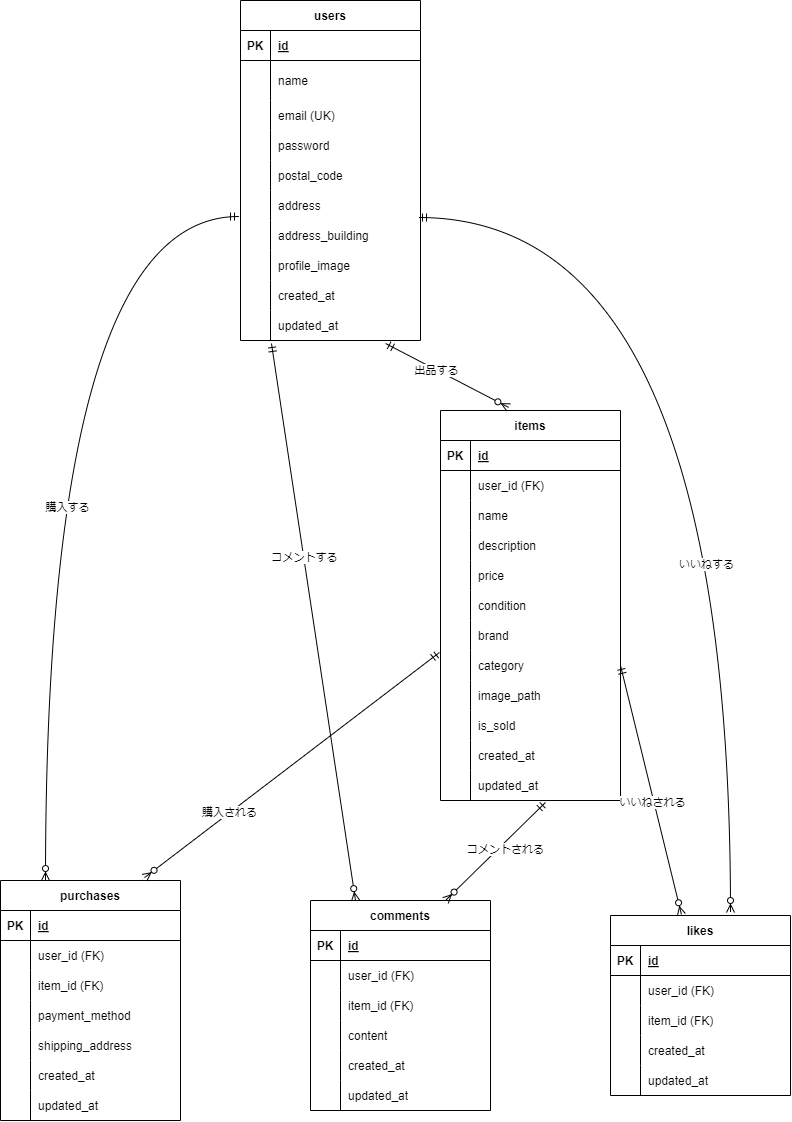
Before: ER.drawio.png, a diagram exported from draw.io (shimodum/mock-project-flea-market-app). Source tidied: cells renumbered, new cells last; positions are measured from the earlier drawing's top-left corner, leaving out a move shared by most shapes.
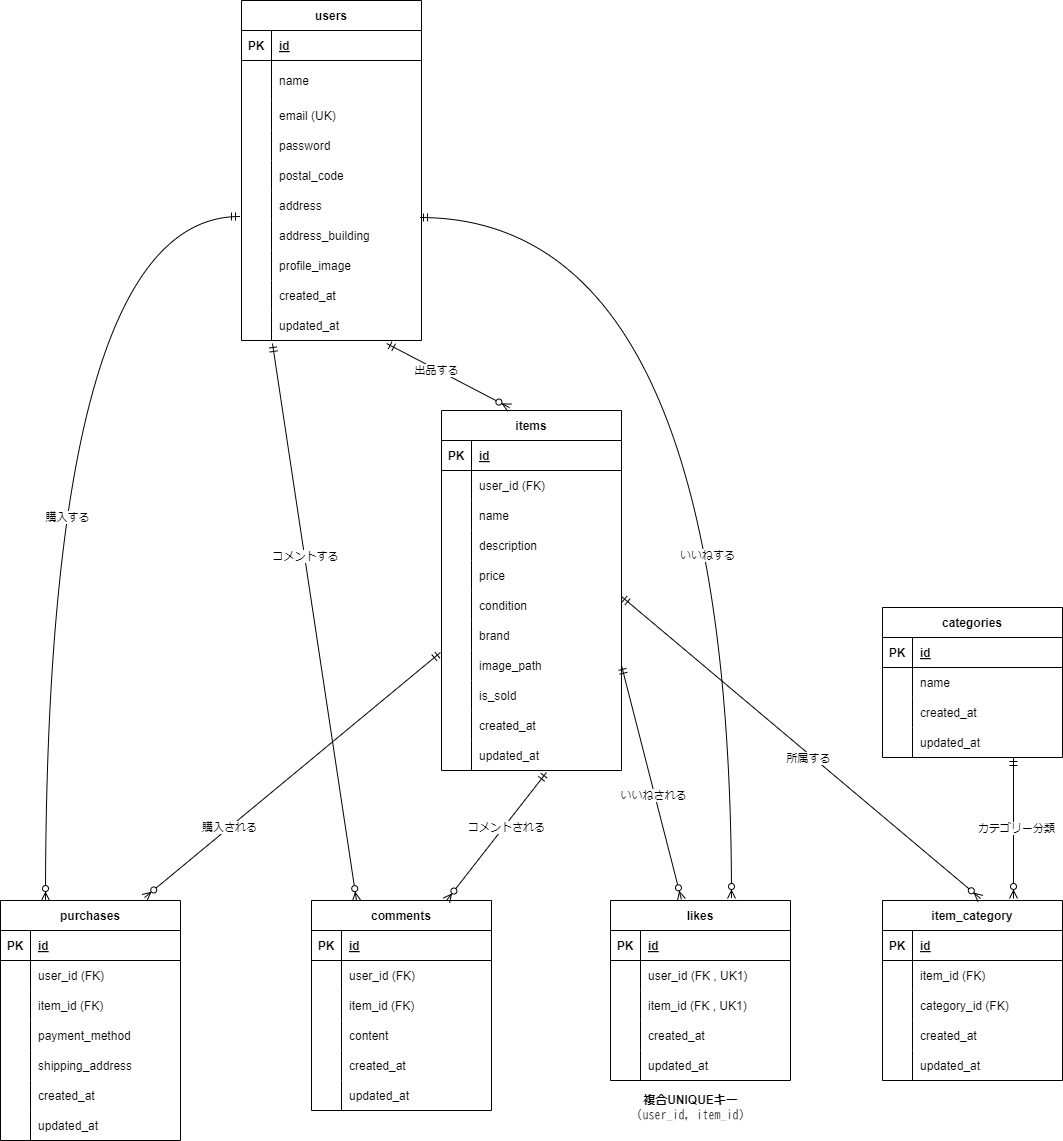
The same file after the commit.

Commit message:
READMEとER図を修正

What changed in the source:
```diff
@@ -60,7 +60,7 @@
       <mxGeometry x="30" width="150" height="30" as="geometry" />
     </mxCell>
     <mxCell id="21" value="purchases" style="shape=table;startSize=30;rowLines=0;fontStyle=1;align=center;" parent="1" vertex="1">
-      <mxGeometry y="880" width="180" height="240" as="geometry" />
+      <mxGeometry x="-1" y="900" width="180" height="240" as="geometry" />
     </mxCell>
     <mxCell id="22" style="shape=tableRow;horizontal=0;startSize=0;swimlaneHead=0;swimlaneBody=0;fillColor=none;top=0;left=0;right=0;bottom=1;" parent="21" vertex="1">
       <mxGeometry y="30" width="180" height="30" as="geometry" />
@@ -219,7 +219,7 @@
       <mxGeometry x="30" width="150" height="30" as="geometry" />
     </mxCell>
     <mxCell id="74" value="items" style="shape=table;startSize=30;rowLines=0;fontStyle=1;align=center;" parent="1" vertex="1">
-      <mxGeometry x="440" y="410" width="180" height="390" as="geometry" />
+      <mxGeometry x="440" y="410" width="180" height="360" as="geometry" />
     </mxCell>
     <mxCell id="75" style="shape=tableRow;horizontal=0;startSize=0;swimlaneHead=0;swimlaneBody=0;fillColor=none;top=0;left=0;right=0;bottom=1;" parent="74" vertex="1">
       <mxGeometry y="30" width="180" height="30" as="geometry" />
@@ -284,17 +284,8 @@
     <mxCell id="95" value="brand" style="shape=partialRectangle;fillColor=none;top=0;left=0;bottom=0;right=0;align=left;spacingLeft=6;overflow=hidden;" parent="93" vertex="1">
       <mxGeometry x="30" width="150" height="30" as="geometry" />
     </mxCell>
-    <mxCell id="96" style="shape=tableRow;horizontal=0;startSize=0;swimlaneHead=0;swimlaneBody=0;fillColor=none;points=[[0,0.5],[1,0.5]];portConstraint=eastwest;top=0;left=0;right=0;bottom=0;" parent="74" vertex="1">
-      <mxGeometry y="240" width="180" height="30" as="geometry" />
-    </mxCell>
-    <mxCell id="97" style="shape=partialRectangle;fillColor=none;top=0;left=0;bottom=0;right=0;overflow=hidden;" parent="96" vertex="1">
-      <mxGeometry width="30" height="30" as="geometry" />
-    </mxCell>
-    <mxCell id="98" value="category" style="shape=partialRectangle;fillColor=none;top=0;left=0;bottom=0;right=0;align=left;spacingLeft=6;overflow=hidden;" parent="96" vertex="1">
-      <mxGeometry x="30" width="150" height="30" as="geometry" />
-    </mxCell>
     <mxCell id="99" style="shape=tableRow;horizontal=0;startSize=0;swimlaneHead=0;swimlaneBody=0;fillColor=none;top=0;left=0;right=0;bottom=0;" parent="74" vertex="1">
-      <mxGeometry y="270" width="180" height="30" as="geometry" />
+      <mxGeometry y="240" width="180" height="30" as="geometry" />
     </mxCell>
     <mxCell id="100" style="shape=partialRectangle;fillColor=none;top=0;left=0;bottom=0;right=0;overflow=hidden;" parent="99" vertex="1">
       <mxGeometry width="30" height="30" as="geometry" />
@@ -303,7 +294,7 @@
       <mxGeometry x="30" width="150" height="30" as="geometry" />
     </mxCell>
     <mxCell id="102" style="shape=tableRow;horizontal=0;startSize=0;swimlaneHead=0;swimlaneBody=0;fillColor=none;top=0;left=0;right=0;bottom=0;" parent="74" vertex="1">
-      <mxGeometry y="300" width="180" height="30" as="geometry" />
+      <mxGeometry y="270" width="180" height="30" as="geometry" />
     </mxCell>
     <mxCell id="103" style="shape=partialRectangle;fillColor=none;top=0;left=0;bottom=0;right=0;overflow=hidden;" parent="102" vertex="1">
       <mxGeometry width="30" height="30" as="geometry" />
@@ -312,7 +303,7 @@
       <mxGeometry x="30" width="150" height="30" as="geometry" />
     </mxCell>
     <mxCell id="105" style="shape=tableRow;horizontal=0;startSize=0;swimlaneHead=0;swimlaneBody=0;fillColor=none;top=0;left=0;right=0;bottom=0;" parent="74" vertex="1">
-      <mxGeometry y="330" width="180" height="30" as="geometry" />
+      <mxGeometry y="300" width="180" height="30" as="geometry" />
     </mxCell>
     <mxCell id="106" style="shape=partialRectangle;fillColor=none;top=0;left=0;bottom=0;right=0;overflow=hidden;" parent="105" vertex="1">
       <mxGeometry width="30" height="30" as="geometry" />
@@ -321,7 +312,7 @@
       <mxGeometry x="30" width="150" height="30" as="geometry" />
     </mxCell>
     <mxCell id="108" style="shape=tableRow;horizontal=0;startSize=0;swimlaneHead=0;swimlaneBody=0;fillColor=none;points=[[0,0.5],[1,0.5]];portConstraint=eastwest;top=0;left=0;right=0;bottom=0;" parent="74" vertex="1">
-      <mxGeometry y="360" width="180" height="30" as="geometry" />
+      <mxGeometry y="330" width="180" height="30" as="geometry" />
     </mxCell>
     <mxCell id="109" style="shape=partialRectangle;fillColor=none;top=0;left=0;bottom=0;right=0;overflow=hidden;" parent="108" vertex="1">
       <mxGeometry width="30" height="30" as="geometry" />
@@ -330,7 +321,7 @@
       <mxGeometry x="30" width="150" height="30" as="geometry" />
     </mxCell>
     <mxCell id="111" value="likes" style="shape=table;startSize=30;rowLines=0;fontStyle=1;align=center;" parent="1" vertex="1">
-      <mxGeometry x="610" y="915" width="180" height="180" as="geometry" />
+      <mxGeometry x="609" y="900" width="180" height="180" as="geometry" />
     </mxCell>
     <mxCell id="112" style="shape=tableRow;horizontal=0;startSize=0;swimlaneHead=0;swimlaneBody=0;fillColor=none;top=0;left=0;right=0;bottom=1;" parent="111" vertex="1">
       <mxGeometry y="30" width="180" height="30" as="geometry" />
@@ -347,7 +338,7 @@
     <mxCell id="116" style="shape=partialRectangle;fillColor=none;top=0;left=0;bottom=0;right=0;overflow=hidden;" parent="115" vertex="1">
       <mxGeometry width="30" height="30" as="geometry" />
     </mxCell>
-    <mxCell id="117" value="user_id (FK)" style="shape=partialRectangle;fillColor=none;top=0;left=0;bottom=0;right=0;align=left;spacingLeft=6;overflow=hidden;" parent="115" vertex="1">
+    <mxCell id="117" value="user_id (FK , UK1)" style="shape=partialRectangle;fillColor=none;top=0;left=0;bottom=0;right=0;align=left;spacingLeft=6;overflow=hidden;" parent="115" vertex="1">
       <mxGeometry x="30" width="150" height="30" as="geometry" />
     </mxCell>
     <mxCell id="118" style="shape=tableRow;horizontal=0;startSize=0;swimlaneHead=0;swimlaneBody=0;fillColor=none;top=0;left=0;right=0;bottom=0;" parent="111" vertex="1">
@@ -356,7 +347,7 @@
     <mxCell id="119" style="shape=partialRectangle;fillColor=none;top=0;left=0;bottom=0;right=0;overflow=hidden;" parent="118" vertex="1">
       <mxGeometry width="30" height="30" as="geometry" />
     </mxCell>
-    <mxCell id="120" value="item_id (FK)" style="shape=partialRectangle;fillColor=none;top=0;left=0;bottom=0;right=0;align=left;spacingLeft=6;overflow=hidden;" parent="118" vertex="1">
+    <mxCell id="120" value="item_id (FK , UK1)" style="shape=partialRectangle;fillColor=none;top=0;left=0;bottom=0;right=0;align=left;spacingLeft=6;overflow=hidden;" parent="118" vertex="1">
       <mxGeometry x="30" width="150" height="30" as="geometry" />
     </mxCell>
     <mxCell id="121" style="shape=tableRow;horizontal=0;startSize=0;swimlaneHead=0;swimlaneBody=0;fillColor=none;top=0;left=0;right=0;bottom=0;" parent="111" vertex="1">
@@ -399,14 +390,16 @@
     </mxCell>
     <mxCell id="133" style="fontSize=12;html=1;endArrow=ERzeroToMany;startArrow=ERmandOne;exitX=0.989;exitY=-0.1;exitDx=0;exitDy=0;exitPerimeter=0;edgeStyle=orthogonalEdgeStyle;curved=1;" parent="1" edge="1" source="62">
       <mxGeometry relative="1" as="geometry">
-        <mxPoint x="730" y="912" as="targetPoint" />
+        <mxPoint x="730" y="898" as="targetPoint" />
       </mxGeometry>
     </mxCell>
     <mxCell id="134" value="いいねする" style="edgeLabel;html=1;align=center;verticalAlign=middle;" parent="133" vertex="1">
       <mxGeometry x="0.31" y="-25" relative="1" as="geometry" />
     </mxCell>
-    <mxCell id="135" style="fontSize=12;html=1;endArrow=ERzeroToMany;startArrow=ERmandOne;entryX=0.8;entryY=-0.012;entryDx=0;entryDy=0;entryPerimeter=0;exitX=-0.006;exitY=0.067;exitDx=0;exitDy=0;exitPerimeter=0;" parent="1" edge="1" source="96" target="21">
-      <mxGeometry relative="1" as="geometry" />
+    <mxCell id="135" style="fontSize=12;html=1;endArrow=ERzeroToMany;startArrow=ERmandOne;entryX=0.8;entryY=-0.012;entryDx=0;entryDy=0;entryPerimeter=0;exitX=-0.006;exitY=0.067;exitDx=0;exitDy=0;exitPerimeter=0;" parent="1" edge="1" target="21">
+      <mxGeometry relative="1" as="geometry">
+        <mxPoint x="438.9" y="652" as="sourcePoint" />
+      </mxGeometry>
     </mxCell>
     <mxCell id="136" value="購入される" style="edgeLabel;html=1;align=center;verticalAlign=middle;" parent="135" vertex="1">
       <mxGeometry x="0.43" y="-1" relative="1" as="geometry" />
@@ -415,15 +408,131 @@
       <mxGeometry relative="1" as="geometry" />
     </mxCell>
     <mxCell id="138" value="コメントされる" style="edgeLabel;html=1;align=center;verticalAlign=middle;" parent="137" vertex="1">
-      <mxGeometry x="-0.11" y="5" relative="1" as="geometry" />
+      <mxGeometry x="-0.11" y="5" relative="1" as="geometry">
+        <mxPoint y="-5" as="offset" />
+      </mxGeometry>
     </mxCell>
-    <mxCell id="139" style="fontSize=12;html=1;endArrow=ERzeroToMany;startArrow=ERmandOne;exitX=1;exitY=0.5;exitDx=0;exitDy=0;entryX=0.394;entryY=-0.006;entryDx=0;entryDy=0;entryPerimeter=0;" parent="1" edge="1" source="96" target="111">
-      <mxGeometry relative="1" as="geometry" />
+    <mxCell id="139" style="fontSize=12;html=1;endArrow=ERzeroToMany;startArrow=ERmandOne;exitX=1;exitY=0.5;exitDx=0;exitDy=0;entryX=0.394;entryY=-0.006;entryDx=0;entryDy=0;entryPerimeter=0;" parent="1" edge="1" target="111">
+      <mxGeometry relative="1" as="geometry">
+        <mxPoint x="620" y="665" as="sourcePoint" />
+      </mxGeometry>
     </mxCell>
     <mxCell id="140" value="いいねされる" style="edgeLabel;html=1;align=center;verticalAlign=middle;" parent="139" vertex="1">
       <mxGeometry x="0.1" y="-1" relative="1" as="geometry">
         <mxPoint x="-1" as="offset" />
       </mxGeometry>
     </mxCell>
+    <mxCell id="141" value="categories" style="shape=table;startSize=30;rowLines=0;fontStyle=1;align=center;" parent="1" vertex="1">
+      <mxGeometry x="881" y="607" width="180" height="150" as="geometry" />
+    </mxCell>
+    <mxCell id="142" style="shape=tableRow;horizontal=0;startSize=0;swimlaneHead=0;swimlaneBody=0;fillColor=none;top=0;left=0;right=0;bottom=1;" parent="141" vertex="1">
+      <mxGeometry y="30" width="180" height="30" as="geometry" />
+    </mxCell>
+    <mxCell id="143" value="PK" style="shape=partialRectangle;fillColor=none;top=0;left=0;bottom=0;right=0;fontStyle=1;overflow=hidden;" parent="142" vertex="1">
+      <mxGeometry width="30" height="30" as="geometry" />
+    </mxCell>
+    <mxCell id="144" value="id" style="shape=partialRectangle;fillColor=none;top=0;left=0;bottom=0;right=0;align=left;spacingLeft=6;fontStyle=5;overflow=hidden;" parent="142" vertex="1">
+      <mxGeometry x="30" width="150" height="30" as="geometry" />
+    </mxCell>
+    <mxCell id="145" style="shape=tableRow;horizontal=0;startSize=0;swimlaneHead=0;swimlaneBody=0;fillColor=none;top=0;left=0;right=0;bottom=0;" parent="141" vertex="1">
+      <mxGeometry y="60" width="180" height="30" as="geometry" />
+    </mxCell>
+    <mxCell id="146" style="shape=partialRectangle;fillColor=none;top=0;left=0;bottom=0;right=0;overflow=hidden;" parent="145" vertex="1">
+      <mxGeometry width="30" height="30" as="geometry" />
+    </mxCell>
+    <mxCell id="147" value="name" style="shape=partialRectangle;fillColor=none;top=0;left=0;bottom=0;right=0;align=left;spacingLeft=6;overflow=hidden;" parent="145" vertex="1">
+      <mxGeometry x="30" width="150" height="30" as="geometry" />
+    </mxCell>
+    <mxCell id="148" style="shape=tableRow;horizontal=0;startSize=0;swimlaneHead=0;swimlaneBody=0;fillColor=none;top=0;left=0;right=0;bottom=0;" parent="141" vertex="1">
+      <mxGeometry y="90" width="180" height="30" as="geometry" />
+    </mxCell>
+    <mxCell id="149" style="shape=partialRectangle;fillColor=none;top=0;left=0;bottom=0;right=0;overflow=hidden;" parent="148" vertex="1">
+      <mxGeometry width="30" height="30" as="geometry" />
+    </mxCell>
+    <mxCell id="150" value="created_at" style="shape=partialRectangle;fillColor=none;top=0;left=0;bottom=0;right=0;align=left;spacingLeft=6;overflow=hidden;" parent="148" vertex="1">
+      <mxGeometry x="30" width="150" height="30" as="geometry" />
+    </mxCell>
+    <mxCell id="151" style="shape=tableRow;horizontal=0;startSize=0;swimlaneHead=0;swimlaneBody=0;fillColor=none;top=0;left=0;right=0;bottom=0;" parent="141" vertex="1">
+      <mxGeometry y="120" width="180" height="30" as="geometry" />
+    </mxCell>
+    <mxCell id="152" style="shape=partialRectangle;fillColor=none;top=0;left=0;bottom=0;right=0;overflow=hidden;" parent="151" vertex="1">
+      <mxGeometry width="30" height="30" as="geometry" />
+    </mxCell>
+    <mxCell id="153" value="updated_at" style="shape=partialRectangle;fillColor=none;top=0;left=0;bottom=0;right=0;align=left;spacingLeft=6;overflow=hidden;" parent="151" vertex="1">
+      <mxGeometry x="30" width="150" height="30" as="geometry" />
+    </mxCell>
+    <mxCell id="154" value="item_category" style="shape=table;startSize=30;rowLines=0;fontStyle=1;align=center;" parent="1" vertex="1">
+      <mxGeometry x="881" y="900" width="180" height="180" as="geometry" />
+    </mxCell>
+    <mxCell id="155" style="shape=tableRow;horizontal=0;startSize=0;swimlaneHead=0;swimlaneBody=0;fillColor=none;top=0;left=0;right=0;bottom=1;" parent="154" vertex="1">
+      <mxGeometry y="30" width="180" height="30" as="geometry" />
+    </mxCell>
+    <mxCell id="156" value="PK" style="shape=partialRectangle;fillColor=none;top=0;left=0;bottom=0;right=0;fontStyle=1;overflow=hidden;" parent="155" vertex="1">
+      <mxGeometry width="30" height="30" as="geometry" />
+    </mxCell>
+    <mxCell id="157" value="id" style="shape=partialRectangle;fillColor=none;top=0;left=0;bottom=0;right=0;align=left;spacingLeft=6;fontStyle=5;overflow=hidden;" parent="155" vertex="1">
+      <mxGeometry x="30" width="150" height="30" as="geometry" />
+    </mxCell>
+    <mxCell id="158" style="shape=tableRow;horizontal=0;startSize=0;swimlaneHead=0;swimlaneBody=0;fillColor=none;top=0;left=0;right=0;bottom=0;" parent="154" vertex="1">
+      <mxGeometry y="60" width="180" height="30" as="geometry" />
+    </mxCell>
+    <mxCell id="159" style="shape=partialRectangle;fillColor=none;top=0;left=0;bottom=0;right=0;overflow=hidden;" parent="158" vertex="1">
+      <mxGeometry width="30" height="30" as="geometry" />
+    </mxCell>
+    <mxCell id="160" value="item_id (FK)" style="shape=partialRectangle;fillColor=none;top=0;left=0;bottom=0;right=0;align=left;spacingLeft=6;overflow=hidden;" parent="158" vertex="1">
+      <mxGeometry x="30" width="150" height="30" as="geometry" />
+    </mxCell>
+    <mxCell id="161" style="shape=tableRow;horizontal=0;startSize=0;swimlaneHead=0;swimlaneBody=0;fillColor=none;top=0;left=0;right=0;bottom=0;" parent="154" vertex="1">
+      <mxGeometry y="90" width="180" height="30" as="geometry" />
+    </mxCell>
+    <mxCell id="162" style="shape=partialRectangle;fillColor=none;top=0;left=0;bottom=0;right=0;overflow=hidden;" parent="161" vertex="1">
+      <mxGeometry width="30" height="30" as="geometry" />
+    </mxCell>
+    <mxCell id="163" value="category_id (FK)" style="shape=partialRectangle;fillColor=none;top=0;left=0;bottom=0;right=0;align=left;spacingLeft=6;overflow=hidden;" parent="161" vertex="1">
+      <mxGeometry x="30" width="150" height="30" as="geometry" />
+    </mxCell>
+    <mxCell id="164" style="shape=tableRow;horizontal=0;startSize=0;swimlaneHead=0;swimlaneBody=0;fillColor=none;top=0;left=0;right=0;bottom=0;" parent="154" vertex="1">
+      <mxGeometry y="120" width="180" height="30" as="geometry" />
+    </mxCell>
+    <mxCell id="165" style="shape=partialRectangle;fillColor=none;top=0;left=0;bottom=0;right=0;overflow=hidden;" parent="164" vertex="1">
+      <mxGeometry width="30" height="30" as="geometry" />
+    </mxCell>
+    <mxCell id="166" value="created_at" style="shape=partialRectangle;fillColor=none;top=0;left=0;bottom=0;right=0;align=left;spacingLeft=6;overflow=hidden;" parent="164" vertex="1">
+      <mxGeometry x="30" width="150" height="30" as="geometry" />
+    </mxCell>
+    <mxCell id="167" style="shape=tableRow;horizontal=0;startSize=0;swimlaneHead=0;swimlaneBody=0;fillColor=none;top=0;left=0;right=0;bottom=0;" parent="154" vertex="1">
+      <mxGeometry y="150" width="180" height="30" as="geometry" />
+    </mxCell>
+    <mxCell id="168" style="shape=partialRectangle;fillColor=none;top=0;left=0;bottom=0;right=0;overflow=hidden;" parent="167" vertex="1">
+      <mxGeometry width="30" height="30" as="geometry" />
+    </mxCell>
+    <mxCell id="169" value="updated_at" style="shape=partialRectangle;fillColor=none;top=0;left=0;bottom=0;right=0;align=left;spacingLeft=6;overflow=hidden;" parent="167" vertex="1">
+      <mxGeometry x="30" width="150" height="30" as="geometry" />
+    </mxCell>
+    <mxCell id="170" value="&lt;strong&gt;複合UNIQUEキー&lt;/strong&gt;&lt;br&gt;&lt;code&gt;(user_id, item_id)&lt;/code&gt;" style="text;html=1;align=center;verticalAlign=middle;strokeColor=none;fillColor=none;" parent="1" vertex="1">
+      <mxGeometry x="630" y="1086" width="117" height="41" as="geometry" />
+    </mxCell>
+    <mxCell id="171" style="fontSize=12;html=1;endArrow=ERzeroToMany;startArrow=ERmandOne;" parent="1" edge="1">
+      <mxGeometry relative="1" as="geometry">
+        <mxPoint x="620" y="596" as="sourcePoint" />
+        <mxPoint x="979" y="898" as="targetPoint" />
+      </mxGeometry>
+    </mxCell>
+    <mxCell id="172" value="所属する" style="edgeLabel;html=1;align=center;verticalAlign=middle;" parent="171" vertex="1">
+      <mxGeometry x="0.05" y="-4" relative="1" as="geometry">
+        <mxPoint y="-1" as="offset" />
+      </mxGeometry>
+    </mxCell>
+    <mxCell id="173" style="fontSize=12;html=1;endArrow=ERzeroToMany;startArrow=ERmandOne;" parent="1" edge="1">
+      <mxGeometry relative="1" as="geometry">
+        <mxPoint x="1012" y="757" as="sourcePoint" />
+        <mxPoint x="1012" y="898" as="targetPoint" />
+      </mxGeometry>
+    </mxCell>
+    <mxCell id="174" value="カテゴリー分類" style="edgeLabel;html=1;align=center;verticalAlign=middle;" parent="173" vertex="1">
+      <mxGeometry x="0.19" y="-1" relative="1" as="geometry">
+        <mxPoint x="3" y="-14" as="offset" />
+      </mxGeometry>
+    </mxCell>
   </root>
 </mxGraphModel>
```
